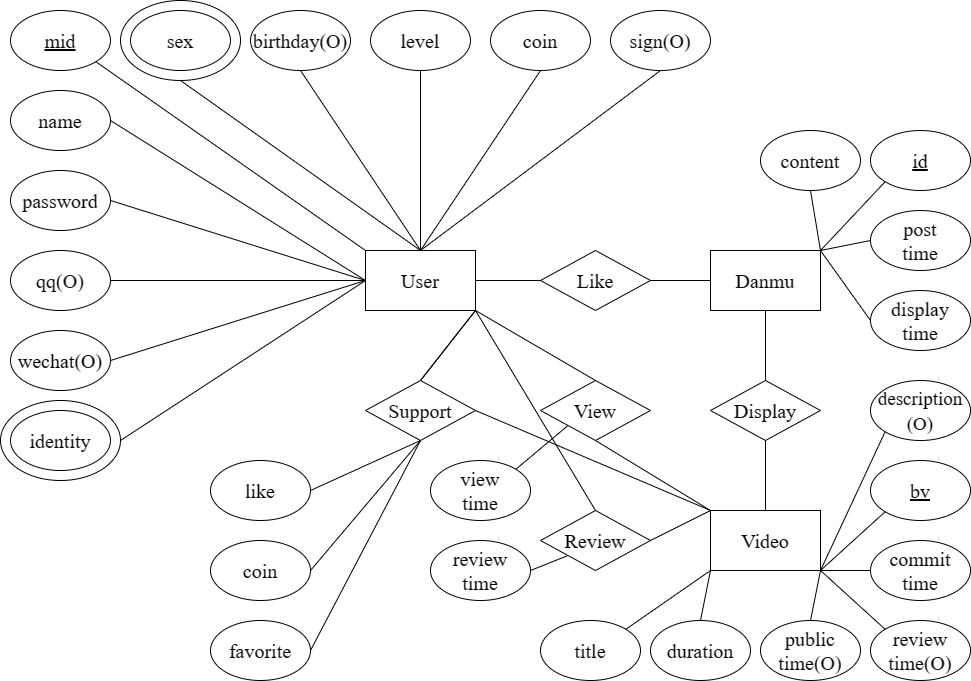
The draw.io diagram report/ER.png in Cerulime/SUSTech_CS213_Project, before a commit. Source tidied: cells renumbered, new cells last; positions are measured from the earlier drawing's top-left corner, leaving out a move shared by most shapes. The source it was exported from:
```xml
<mxGraphModel>
  <root>
    <mxCell id="0" />
    <mxCell id="1" parent="0" />
    <mxCell id="2" style="ellipse;whiteSpace=wrap;html=1;" parent="1" vertex="1">
      <mxGeometry x="120" width="120" height="80" as="geometry" />
    </mxCell>
    <mxCell id="3" style="ellipse;whiteSpace=wrap;html=1;" parent="1" vertex="1">
      <mxGeometry y="400" width="120" height="80" as="geometry" />
    </mxCell>
    <mxCell id="4" value="User" style="rounded=0;whiteSpace=wrap;html=1;fontFamily=Times New Roman;fontSize=20;" parent="1" vertex="1">
      <mxGeometry x="365" y="250" width="110" height="60" as="geometry" />
    </mxCell>
    <mxCell id="5" value="name" style="ellipse;whiteSpace=wrap;html=1;fontFamily=Times New Roman;fontSize=20;" parent="1" vertex="1">
      <mxGeometry x="10" y="90" width="100" height="60" as="geometry" />
    </mxCell>
    <mxCell id="6" value="password" style="ellipse;whiteSpace=wrap;html=1;fontFamily=Times New Roman;fontSize=20;" parent="1" vertex="1">
      <mxGeometry x="10" y="170" width="100" height="60" as="geometry" />
    </mxCell>
    <mxCell id="7" value="qq(O)" style="ellipse;whiteSpace=wrap;html=1;fontFamily=Times New Roman;fontSize=20;" parent="1" vertex="1">
      <mxGeometry x="10" y="250" width="100" height="60" as="geometry" />
    </mxCell>
    <mxCell id="8" value="wechat(O)" style="ellipse;whiteSpace=wrap;html=1;fontFamily=Times New Roman;fontSize=20;" parent="1" vertex="1">
      <mxGeometry x="10" y="330" width="100" height="60" as="geometry" />
    </mxCell>
    <mxCell id="9" value="sex" style="ellipse;whiteSpace=wrap;html=1;fontFamily=Times New Roman;fontSize=20;" parent="1" vertex="1">
      <mxGeometry x="130" y="10" width="100" height="60" as="geometry" />
    </mxCell>
    <mxCell id="10" value="birthday(O)" style="ellipse;whiteSpace=wrap;html=1;fontFamily=Times New Roman;fontSize=20;" parent="1" vertex="1">
      <mxGeometry x="250" y="10" width="100" height="60" as="geometry" />
    </mxCell>
    <mxCell id="11" value="level" style="ellipse;whiteSpace=wrap;html=1;fontFamily=Times New Roman;fontSize=20;" parent="1" vertex="1">
      <mxGeometry x="370" y="10" width="100" height="60" as="geometry" />
    </mxCell>
    <mxCell id="12" value="&lt;u&gt;mid&lt;/u&gt;" style="ellipse;whiteSpace=wrap;html=1;fontFamily=Times New Roman;fontSize=20;" parent="1" vertex="1">
      <mxGeometry x="10" y="10" width="100" height="60" as="geometry" />
    </mxCell>
    <mxCell id="13" value="coin" style="ellipse;whiteSpace=wrap;html=1;fontFamily=Times New Roman;fontSize=20;" parent="1" vertex="1">
      <mxGeometry x="490" y="10" width="100" height="60" as="geometry" />
    </mxCell>
    <mxCell id="14" value="sign(O)" style="ellipse;whiteSpace=wrap;html=1;fontFamily=Times New Roman;fontSize=20;" parent="1" vertex="1">
      <mxGeometry x="610" y="10" width="100" height="60" as="geometry" />
    </mxCell>
    <mxCell id="15" value="identity" style="ellipse;whiteSpace=wrap;html=1;fontFamily=Times New Roman;fontSize=20;" parent="1" vertex="1">
      <mxGeometry x="10" y="410" width="100" height="60" as="geometry" />
    </mxCell>
    <mxCell id="16" style="endArrow=none;html=1;rounded=0;exitX=1;exitY=0.5;exitDx=0;exitDy=0;entryX=0;entryY=0.5;entryDx=0;entryDy=0;" parent="1" edge="1" source="3" target="4">
      <mxGeometry relative="1" as="geometry" />
    </mxCell>
    <mxCell id="17" style="endArrow=none;html=1;rounded=0;exitX=1;exitY=0.5;exitDx=0;exitDy=0;entryX=0;entryY=0.5;entryDx=0;entryDy=0;" parent="1" edge="1" source="8" target="4">
      <mxGeometry relative="1" as="geometry" />
    </mxCell>
    <mxCell id="18" style="endArrow=none;html=1;rounded=0;exitX=1;exitY=0.5;exitDx=0;exitDy=0;entryX=0;entryY=0.5;entryDx=0;entryDy=0;" parent="1" edge="1" source="7" target="4">
      <mxGeometry relative="1" as="geometry" />
    </mxCell>
    <mxCell id="19" style="endArrow=none;html=1;rounded=0;exitX=1;exitY=0.5;exitDx=0;exitDy=0;entryX=0;entryY=0.5;entryDx=0;entryDy=0;" parent="1" edge="1" source="6" target="4">
      <mxGeometry relative="1" as="geometry" />
    </mxCell>
    <mxCell id="20" style="endArrow=none;html=1;rounded=0;exitX=1;exitY=0.5;exitDx=0;exitDy=0;entryX=0;entryY=0.5;entryDx=0;entryDy=0;" parent="1" edge="1" source="5" target="4">
      <mxGeometry relative="1" as="geometry" />
    </mxCell>
    <mxCell id="21" style="endArrow=none;html=1;rounded=0;exitX=1;exitY=1;exitDx=0;exitDy=0;entryX=0;entryY=0;entryDx=0;entryDy=0;" parent="1" edge="1" source="12" target="4">
      <mxGeometry relative="1" as="geometry" />
    </mxCell>
    <mxCell id="22" style="endArrow=none;html=1;rounded=0;exitX=0.5;exitY=1;exitDx=0;exitDy=0;entryX=0.5;entryY=0;entryDx=0;entryDy=0;" parent="1" edge="1" source="2" target="4">
      <mxGeometry relative="1" as="geometry" />
    </mxCell>
    <mxCell id="23" style="endArrow=none;html=1;rounded=0;exitX=0.5;exitY=1;exitDx=0;exitDy=0;entryX=0.5;entryY=0;entryDx=0;entryDy=0;" parent="1" edge="1" source="10" target="4">
      <mxGeometry relative="1" as="geometry" />
    </mxCell>
    <mxCell id="24" style="endArrow=none;html=1;rounded=0;exitX=0.5;exitY=1;exitDx=0;exitDy=0;entryX=0.5;entryY=0;entryDx=0;entryDy=0;" parent="1" edge="1" source="11" target="4">
      <mxGeometry relative="1" as="geometry" />
    </mxCell>
    <mxCell id="25" style="endArrow=none;html=1;rounded=0;entryX=0.5;entryY=1;entryDx=0;entryDy=0;exitX=0.5;exitY=0;exitDx=0;exitDy=0;" parent="1" edge="1" source="4" target="13">
      <mxGeometry relative="1" as="geometry" />
    </mxCell>
    <mxCell id="26" style="endArrow=none;html=1;rounded=0;entryX=0.5;entryY=1;entryDx=0;entryDy=0;exitX=0.5;exitY=0;exitDx=0;exitDy=0;" parent="1" edge="1" source="4" target="14">
      <mxGeometry relative="1" as="geometry" />
    </mxCell>
    <mxCell id="27" value="Danmu" style="rounded=0;whiteSpace=wrap;html=1;fontFamily=Times New Roman;fontSize=20;" parent="1" vertex="1">
      <mxGeometry x="710" y="250" width="110" height="60" as="geometry" />
    </mxCell>
    <mxCell id="28" value="&lt;font style=&quot;font-size: 20px;&quot; face=&quot;Times New Roman&quot;&gt;Like&lt;/font&gt;" style="rhombus;whiteSpace=wrap;html=1;" parent="1" vertex="1">
      <mxGeometry x="540" y="250" width="110" height="60" as="geometry" />
    </mxCell>
    <mxCell id="29" style="endArrow=none;html=1;rounded=0;exitX=1;exitY=0.5;exitDx=0;exitDy=0;entryX=0;entryY=0.5;entryDx=0;entryDy=0;" parent="1" edge="1" source="4" target="28">
      <mxGeometry relative="1" as="geometry" />
    </mxCell>
    <mxCell id="30" style="endArrow=none;html=1;rounded=0;entryX=1;entryY=0.5;entryDx=0;entryDy=0;exitX=0;exitY=0.5;exitDx=0;exitDy=0;" parent="1" edge="1" source="27" target="28">
      <mxGeometry relative="1" as="geometry" />
    </mxCell>
    <mxCell id="31" value="&lt;u&gt;id&lt;/u&gt;" style="ellipse;whiteSpace=wrap;html=1;fontFamily=Times New Roman;fontSize=20;" parent="1" vertex="1">
      <mxGeometry x="870" y="130" width="100" height="60" as="geometry" />
    </mxCell>
    <mxCell id="32" value="post&lt;br&gt;time" style="ellipse;whiteSpace=wrap;html=1;fontFamily=Times New Roman;fontSize=20;" parent="1" vertex="1">
      <mxGeometry x="870" y="210" width="100" height="60" as="geometry" />
    </mxCell>
    <mxCell id="33" value="display&lt;br&gt;time" style="ellipse;whiteSpace=wrap;html=1;fontFamily=Times New Roman;fontSize=20;" parent="1" vertex="1">
      <mxGeometry x="870" y="290" width="100" height="60" as="geometry" />
    </mxCell>
    <mxCell id="34" value="content" style="ellipse;whiteSpace=wrap;html=1;fontFamily=Times New Roman;fontSize=20;" parent="1" vertex="1">
      <mxGeometry x="760" y="130" width="100" height="60" as="geometry" />
    </mxCell>
    <mxCell id="35" style="endArrow=none;html=1;rounded=0;entryX=0.5;entryY=1;entryDx=0;entryDy=0;exitX=1;exitY=0;exitDx=0;exitDy=0;" parent="1" edge="1" source="27" target="34">
      <mxGeometry relative="1" as="geometry" />
    </mxCell>
    <mxCell id="36" style="endArrow=none;html=1;rounded=0;entryX=0;entryY=1;entryDx=0;entryDy=0;exitX=1;exitY=0;exitDx=0;exitDy=0;" parent="1" edge="1" source="27" target="31">
      <mxGeometry relative="1" as="geometry" />
    </mxCell>
    <mxCell id="37" style="endArrow=none;html=1;rounded=0;entryX=0;entryY=0.5;entryDx=0;entryDy=0;exitX=1;exitY=0;exitDx=0;exitDy=0;" parent="1" edge="1" source="27" target="32">
      <mxGeometry relative="1" as="geometry" />
    </mxCell>
    <mxCell id="38" style="endArrow=none;html=1;rounded=0;entryX=0;entryY=0.5;entryDx=0;entryDy=0;exitX=1;exitY=0;exitDx=0;exitDy=0;" parent="1" edge="1" source="27" target="33">
      <mxGeometry relative="1" as="geometry" />
    </mxCell>
    <mxCell id="39" value="Video" style="rounded=0;whiteSpace=wrap;html=1;fontFamily=Times New Roman;fontSize=20;" parent="1" vertex="1">
      <mxGeometry x="710" y="510" width="110" height="60" as="geometry" />
    </mxCell>
    <mxCell id="40" value="&lt;font style=&quot;font-size: 20px;&quot; face=&quot;Times New Roman&quot;&gt;Display&lt;/font&gt;" style="rhombus;whiteSpace=wrap;html=1;" parent="1" vertex="1">
      <mxGeometry x="710" y="380" width="110" height="60" as="geometry" />
    </mxCell>
    <mxCell id="41" style="endArrow=none;html=1;rounded=0;entryX=0.5;entryY=1;entryDx=0;entryDy=0;exitX=0.5;exitY=0;exitDx=0;exitDy=0;" parent="1" edge="1" source="40" target="27">
      <mxGeometry relative="1" as="geometry" />
    </mxCell>
    <mxCell id="42" style="endArrow=none;html=1;rounded=0;entryX=0.5;entryY=1;entryDx=0;entryDy=0;exitX=0.5;exitY=0;exitDx=0;exitDy=0;" parent="1" edge="1" source="39" target="40">
      <mxGeometry relative="1" as="geometry" />
    </mxCell>
    <mxCell id="43" value="&lt;u&gt;bv&lt;/u&gt;" style="ellipse;whiteSpace=wrap;html=1;fontFamily=Times New Roman;fontSize=20;" parent="1" vertex="1">
      <mxGeometry x="870" y="460" width="100" height="60" as="geometry" />
    </mxCell>
    <mxCell id="44" value="commit&lt;br&gt;time" style="ellipse;whiteSpace=wrap;html=1;fontFamily=Times New Roman;fontSize=20;" parent="1" vertex="1">
      <mxGeometry x="870" y="540" width="100" height="60" as="geometry" />
    </mxCell>
    <mxCell id="45" value="review&lt;br&gt;time(O)" style="ellipse;whiteSpace=wrap;html=1;fontFamily=Times New Roman;fontSize=20;" parent="1" vertex="1">
      <mxGeometry x="870" y="620" width="100" height="60" as="geometry" />
    </mxCell>
    <mxCell id="46" value="public&lt;br&gt;time(O)" style="ellipse;whiteSpace=wrap;html=1;fontFamily=Times New Roman;fontSize=20;" parent="1" vertex="1">
      <mxGeometry x="760" y="620" width="100" height="60" as="geometry" />
    </mxCell>
    <mxCell id="47" value="duration" style="ellipse;whiteSpace=wrap;html=1;fontFamily=Times New Roman;fontSize=20;" parent="1" vertex="1">
      <mxGeometry x="650" y="620" width="100" height="60" as="geometry" />
    </mxCell>
    <mxCell id="48" value="title" style="ellipse;whiteSpace=wrap;html=1;fontFamily=Times New Roman;fontSize=20;" parent="1" vertex="1">
      <mxGeometry x="540" y="620" width="100" height="60" as="geometry" />
    </mxCell>
    <mxCell id="49" value="&lt;font style=&quot;font-size: 19px;&quot;&gt;description&lt;br&gt;(O)&lt;/font&gt;" style="ellipse;whiteSpace=wrap;html=1;fontFamily=Times New Roman;fontSize=20;" parent="1" vertex="1">
      <mxGeometry x="870" y="380" width="100" height="60" as="geometry" />
    </mxCell>
    <mxCell id="50" style="endArrow=none;html=1;rounded=0;entryX=1;entryY=1;entryDx=0;entryDy=0;exitX=0;exitY=1;exitDx=0;exitDy=0;" parent="1" edge="1" source="49" target="39">
      <mxGeometry relative="1" as="geometry" />
    </mxCell>
    <mxCell id="51" style="endArrow=none;html=1;rounded=0;exitX=1;exitY=0;exitDx=0;exitDy=0;entryX=0;entryY=1;entryDx=0;entryDy=0;" parent="1" edge="1" source="48" target="39">
      <mxGeometry relative="1" as="geometry" />
    </mxCell>
    <mxCell id="52" style="endArrow=none;html=1;rounded=0;exitX=0.5;exitY=0;exitDx=0;exitDy=0;entryX=0;entryY=1;entryDx=0;entryDy=0;" parent="1" edge="1" source="47" target="39">
      <mxGeometry relative="1" as="geometry" />
    </mxCell>
    <mxCell id="53" style="endArrow=none;html=1;rounded=0;exitX=0.5;exitY=0;exitDx=0;exitDy=0;entryX=1;entryY=1;entryDx=0;entryDy=0;" parent="1" edge="1" source="46" target="39">
      <mxGeometry relative="1" as="geometry" />
    </mxCell>
    <mxCell id="54" style="endArrow=none;html=1;rounded=0;exitX=0;exitY=0;exitDx=0;exitDy=0;entryX=1;entryY=1;entryDx=0;entryDy=0;" parent="1" edge="1" source="45" target="39">
      <mxGeometry relative="1" as="geometry" />
    </mxCell>
    <mxCell id="55" style="endArrow=none;html=1;rounded=0;entryX=0;entryY=0.5;entryDx=0;entryDy=0;exitX=1;exitY=1;exitDx=0;exitDy=0;" parent="1" edge="1" source="39" target="44">
      <mxGeometry relative="1" as="geometry" />
    </mxCell>
    <mxCell id="56" style="endArrow=none;html=1;rounded=0;entryX=0;entryY=1;entryDx=0;entryDy=0;exitX=1;exitY=1;exitDx=0;exitDy=0;" parent="1" edge="1" source="39" target="43">
      <mxGeometry relative="1" as="geometry" />
    </mxCell>
    <mxCell id="57" style="endArrow=none;html=1;rounded=0;exitX=1;exitY=1;exitDx=0;exitDy=0;entryX=0.5;entryY=0;entryDx=0;entryDy=0;" parent="1" edge="1" source="4" target="76">
      <mxGeometry relative="1" as="geometry" />
    </mxCell>
    <mxCell id="58" style="endArrow=none;html=1;rounded=0;entryX=1;entryY=0.5;entryDx=0;entryDy=0;exitX=0;exitY=0;exitDx=0;exitDy=0;" parent="1" edge="1" source="39" target="76">
      <mxGeometry relative="1" as="geometry" />
    </mxCell>
    <mxCell id="59" value="like" style="ellipse;whiteSpace=wrap;html=1;fontFamily=Times New Roman;fontSize=20;" parent="1" vertex="1">
      <mxGeometry x="210" y="460" width="100" height="60" as="geometry" />
    </mxCell>
    <mxCell id="60" value="coin" style="ellipse;whiteSpace=wrap;html=1;fontFamily=Times New Roman;fontSize=20;" parent="1" vertex="1">
      <mxGeometry x="210" y="540" width="100" height="60" as="geometry" />
    </mxCell>
    <mxCell id="61" value="favorite" style="ellipse;whiteSpace=wrap;html=1;fontFamily=Times New Roman;fontSize=20;" parent="1" vertex="1">
      <mxGeometry x="210" y="620" width="100" height="60" as="geometry" />
    </mxCell>
    <mxCell id="62" value="view&lt;br&gt;time" style="ellipse;whiteSpace=wrap;html=1;fontFamily=Times New Roman;fontSize=20;" parent="1" vertex="1">
      <mxGeometry x="430" y="460" width="100" height="60" as="geometry" />
    </mxCell>
    <mxCell id="63" value="review&lt;br&gt;time" style="ellipse;whiteSpace=wrap;html=1;fontFamily=Times New Roman;fontSize=20;" parent="1" vertex="1">
      <mxGeometry x="430" y="540" width="100" height="60" as="geometry" />
    </mxCell>
    <mxCell id="64" style="endArrow=none;html=1;rounded=0;entryX=0.5;entryY=1;entryDx=0;entryDy=0;exitX=1;exitY=0.5;exitDx=0;exitDy=0;" parent="1" edge="1" source="60" target="76">
      <mxGeometry relative="1" as="geometry" />
    </mxCell>
    <mxCell id="65" style="endArrow=none;html=1;rounded=0;exitX=1;exitY=0.5;exitDx=0;exitDy=0;entryX=0.5;entryY=1;entryDx=0;entryDy=0;" parent="1" edge="1" source="61" target="76">
      <mxGeometry relative="1" as="geometry" />
    </mxCell>
    <mxCell id="66" style="endArrow=none;html=1;rounded=0;entryX=0.5;entryY=1;entryDx=0;entryDy=0;exitX=1;exitY=0.5;exitDx=0;exitDy=0;" parent="1" edge="1" source="59" target="76">
      <mxGeometry relative="1" as="geometry" />
    </mxCell>
    <mxCell id="67" value="&lt;font style=&quot;font-size: 20px;&quot; face=&quot;Times New Roman&quot;&gt;View&lt;/font&gt;" style="rhombus;whiteSpace=wrap;html=1;" parent="1" vertex="1">
      <mxGeometry x="540" y="380" width="110" height="60" as="geometry" />
    </mxCell>
    <mxCell id="68" style="endArrow=none;html=1;rounded=0;entryX=0.5;entryY=0;entryDx=0;entryDy=0;exitX=1;exitY=1;exitDx=0;exitDy=0;" parent="1" edge="1" source="4" target="67">
      <mxGeometry relative="1" as="geometry" />
    </mxCell>
    <mxCell id="69" style="endArrow=none;html=1;rounded=0;entryX=0.5;entryY=1;entryDx=0;entryDy=0;exitX=0;exitY=0;exitDx=0;exitDy=0;" parent="1" edge="1" source="39" target="67">
      <mxGeometry relative="1" as="geometry" />
    </mxCell>
    <mxCell id="70" style="endArrow=none;html=1;rounded=0;entryX=0;entryY=1;entryDx=0;entryDy=0;exitX=1;exitY=0;exitDx=0;exitDy=0;" parent="1" edge="1" source="62" target="67">
      <mxGeometry relative="1" as="geometry" />
    </mxCell>
    <mxCell id="71" value="&lt;font style=&quot;font-size: 20px;&quot; face=&quot;Times New Roman&quot;&gt;Review&lt;/font&gt;" style="rhombus;whiteSpace=wrap;html=1;" parent="1" vertex="1">
      <mxGeometry x="540" y="510" width="110" height="60" as="geometry" />
    </mxCell>
    <mxCell id="72" style="endArrow=none;html=1;rounded=0;entryX=0;entryY=1;entryDx=0;entryDy=0;exitX=1;exitY=0.5;exitDx=0;exitDy=0;" parent="1" edge="1" source="63" target="71">
      <mxGeometry relative="1" as="geometry" />
    </mxCell>
    <mxCell id="73" style="endArrow=none;html=1;rounded=0;entryX=0;entryY=0;entryDx=0;entryDy=0;exitX=1;exitY=0.5;exitDx=0;exitDy=0;" parent="1" edge="1" source="71" target="39">
      <mxGeometry relative="1" as="geometry" />
    </mxCell>
    <mxCell id="74" style="endArrow=none;html=1;rounded=0;entryX=1;entryY=1;entryDx=0;entryDy=0;exitX=0.5;exitY=0;exitDx=0;exitDy=0;" parent="1" edge="1" source="71" target="4">
      <mxGeometry relative="1" as="geometry" />
    </mxCell>
    <mxCell id="75" style="endArrow=none;html=1;rounded=0;entryX=0.5;entryY=0;entryDx=0;entryDy=0;exitX=1;exitY=1;exitDx=0;exitDy=0;" parent="1" edge="1" source="4" target="76">
      <mxGeometry relative="1" as="geometry" />
    </mxCell>
    <mxCell id="76" value="&lt;font style=&quot;font-size: 20px;&quot; face=&quot;Times New Roman&quot;&gt;Support&lt;/font&gt;" style="rhombus;whiteSpace=wrap;html=1;" parent="1" vertex="1">
      <mxGeometry x="365" y="380" width="110" height="60" as="geometry" />
    </mxCell>
  </root>
</mxGraphModel>
```
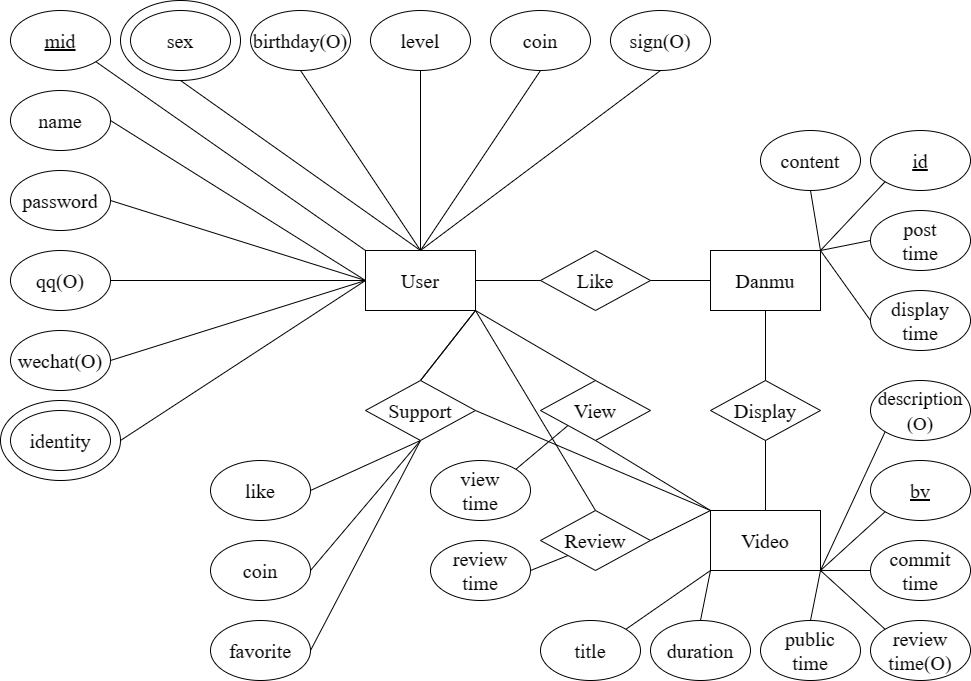
Later version of the same file.

The edit, as a diff of the source:
```diff
@@ -134,7 +134,7 @@
     <mxCell id="45" value="review&lt;br&gt;time(O)" style="ellipse;whiteSpace=wrap;html=1;fontFamily=Times New Roman;fontSize=20;" parent="1" vertex="1">
       <mxGeometry x="870" y="620" width="100" height="60" as="geometry" />
     </mxCell>
-    <mxCell id="46" value="public&lt;br&gt;time(O)" style="ellipse;whiteSpace=wrap;html=1;fontFamily=Times New Roman;fontSize=20;" parent="1" vertex="1">
+    <mxCell id="46" value="public&lt;br&gt;time" style="ellipse;whiteSpace=wrap;html=1;fontFamily=Times New Roman;fontSize=20;" parent="1" vertex="1">
       <mxGeometry x="760" y="620" width="100" height="60" as="geometry" />
     </mxCell>
     <mxCell id="47" value="duration" style="ellipse;whiteSpace=wrap;html=1;fontFamily=Times New Roman;fontSize=20;" parent="1" vertex="1">
```
